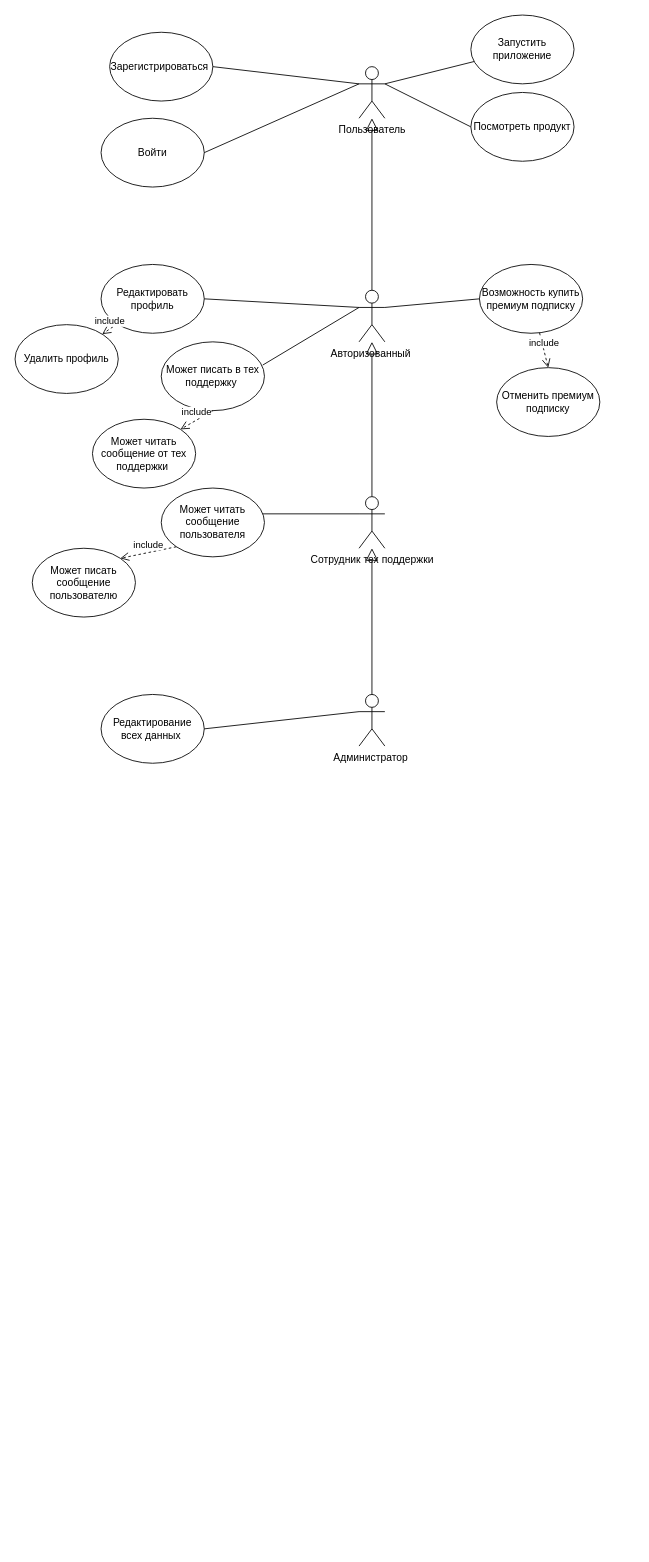
This is Use_case_scheme.drawio from LOL1322/channel_demo, a draw.io file, before an edit. Source tidied: cells renumbered, new cells numbered last; positions are measured from the earlier drawing's top-left corner, leaving out a move shared by most shapes. Both pictures are drawn from the tidied source at 86%, with x=0, y=0 at pixel (15, 15).
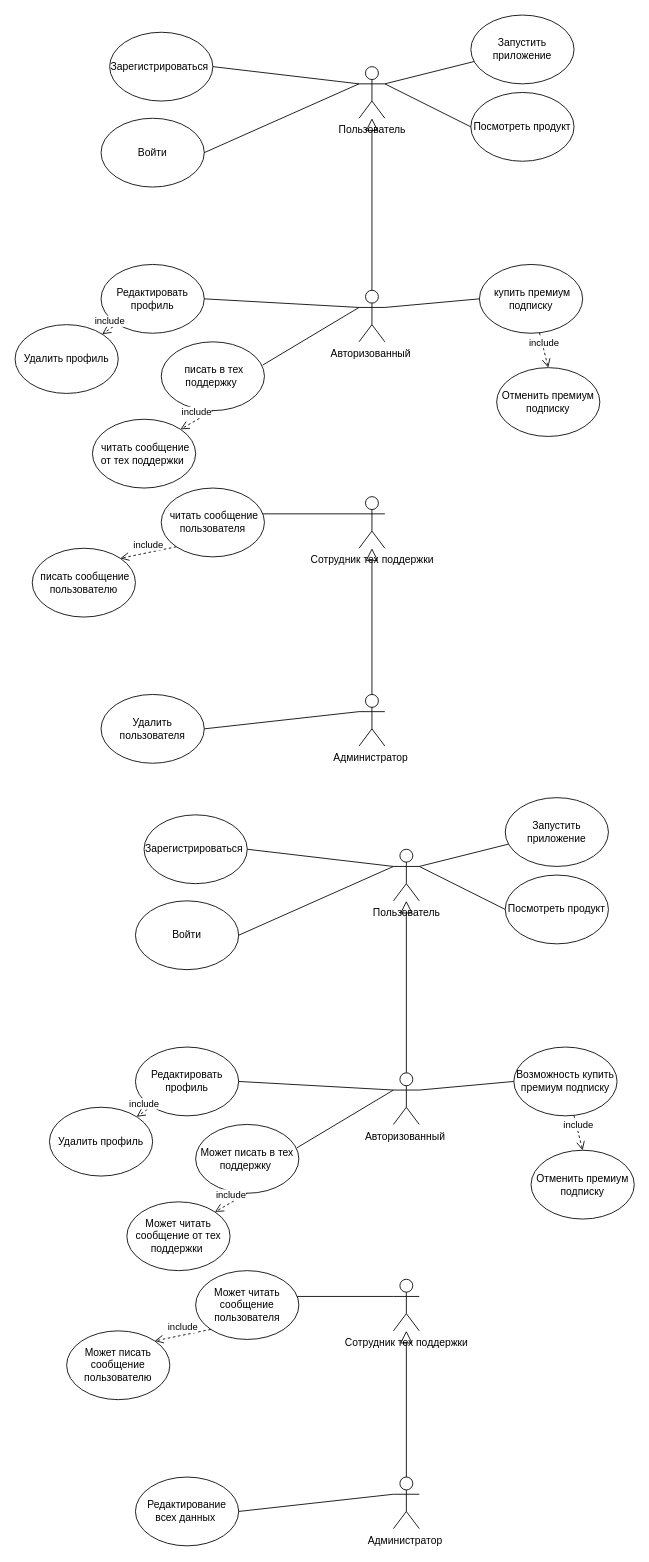
The same diagram, later.

The change refers to these unchanged cells:
```xml
<mxCell id="3" value="Авторизованный&amp;nbsp;&lt;br&gt;" style="shape=umlActor;verticalLabelPosition=bottom;verticalAlign=top;html=1;outlineConnect=0;" parent="1" vertex="1">
  <mxGeometry x="400" y="320" width="30" height="60" as="geometry" />
</mxCell>
<mxCell id="4" value="Сотрудник тех поддержки&lt;br&gt;&amp;nbsp;" style="shape=umlActor;verticalLabelPosition=bottom;verticalAlign=top;html=1;outlineConnect=0;" parent="1" vertex="1">
  <mxGeometry x="400" y="560" width="30" height="60" as="geometry" />
</mxCell>
```

The edit, as a diff of the source:
```diff
@@
-    <mxCell id="15" style="endArrow=block;dashed=0;endFill=0;endSize=12;html=1;rounded=0;exitX=0.5;exitY=0;exitDx=0;exitDy=0;exitPerimeter=0;" parent="1" edge="1" source="4" target="3">
-      <mxGeometry relative="1" as="geometry" />
-    </mxCell>
@@
-    <mxCell id="20" value="Возможность купить премиум подписку" style="ellipse;whiteSpace=wrap;html=1;" parent="1" vertex="1">
+    <mxCell id="20" value="&amp;nbsp;купить премиум подписку" style="ellipse;whiteSpace=wrap;html=1;" parent="1" vertex="1">
       <mxGeometry x="540" y="290" width="120" height="80" as="geometry" />
     </mxCell>
@@
-    <mxCell id="25" value="Может читать сообщение от тех поддержки&amp;nbsp;" style="ellipse;whiteSpace=wrap;html=1;" parent="1" vertex="1">
+    <mxCell id="25" value="&amp;nbsp;читать сообщение от тех поддержки&amp;nbsp;" style="ellipse;whiteSpace=wrap;html=1;" parent="1" vertex="1">
       <mxGeometry x="90" y="470" width="120" height="80" as="geometry" />
     </mxCell>
-    <mxCell id="26" value="Может писать в тех поддержку&amp;nbsp;" style="ellipse;whiteSpace=wrap;html=1;" parent="1" vertex="1">
+    <mxCell id="26" value="&amp;nbsp;писать в тех поддержку&amp;nbsp;" style="ellipse;whiteSpace=wrap;html=1;" parent="1" vertex="1">
       <mxGeometry x="170" y="380" width="120" height="80" as="geometry" />
     </mxCell>
@@
-    <mxCell id="29" value="Может писать сообщение пользователю" style="ellipse;whiteSpace=wrap;html=1;" parent="1" vertex="1">
+    <mxCell id="29" value="&amp;nbsp;писать сообщение пользователю" style="ellipse;whiteSpace=wrap;html=1;" parent="1" vertex="1">
       <mxGeometry x="20" y="620" width="120" height="80" as="geometry" />
     </mxCell>
-    <mxCell id="30" value="Может читать сообщение пользователя" style="ellipse;whiteSpace=wrap;html=1;" parent="1" vertex="1">
+    <mxCell id="30" value="&amp;nbsp;читать сообщение пользователя" style="ellipse;whiteSpace=wrap;html=1;" parent="1" vertex="1">
       <mxGeometry x="170" y="550" width="120" height="80" as="geometry" />
     </mxCell>
@@
-    <mxCell id="33" value="Редактирование всех данных&amp;nbsp;" style="ellipse;whiteSpace=wrap;html=1;" parent="1" vertex="1">
+    <mxCell id="33" value="Удалить пользователя" style="ellipse;whiteSpace=wrap;html=1;" parent="1" vertex="1">
       <mxGeometry x="100" y="790" width="120" height="80" as="geometry" />
     </mxCell>
@@
+    <mxCell id="35" value="Пользователь" style="shape=umlActor;verticalLabelPosition=bottom;verticalAlign=top;html=1;outlineConnect=0;" parent="1" vertex="1">
+      <mxGeometry x="440" y="970" width="30" height="60" as="geometry" />
+    </mxCell>
+    <mxCell id="36" value="Авторизованный&amp;nbsp;&lt;br&gt;" style="shape=umlActor;verticalLabelPosition=bottom;verticalAlign=top;html=1;outlineConnect=0;" parent="1" vertex="1">
+      <mxGeometry x="440" y="1230" width="30" height="60" as="geometry" />
+    </mxCell>
+    <mxCell id="37" value="Сотрудник тех поддержки&lt;br&gt;&amp;nbsp;" style="shape=umlActor;verticalLabelPosition=bottom;verticalAlign=top;html=1;outlineConnect=0;" parent="1" vertex="1">
+      <mxGeometry x="440" y="1470" width="30" height="60" as="geometry" />
+    </mxCell>
+    <mxCell id="38" value="Администратор&amp;nbsp;" style="shape=umlActor;verticalLabelPosition=bottom;verticalAlign=top;html=1;outlineConnect=0;" parent="1" vertex="1">
+      <mxGeometry x="440" y="1700" width="30" height="60" as="geometry" />
+    </mxCell>
+    <mxCell id="39" value="Зарегистрироваться&amp;nbsp;" style="ellipse;whiteSpace=wrap;html=1;" parent="1" vertex="1">
+      <mxGeometry x="150" y="930" width="120" height="80" as="geometry" />
+    </mxCell>
+    <mxCell id="40" value="Войти" style="ellipse;whiteSpace=wrap;html=1;" parent="1" vertex="1">
+      <mxGeometry x="140" y="1030" width="120" height="80" as="geometry" />
+    </mxCell>
+    <mxCell id="41" style="endArrow=none;html=1;rounded=0;entryX=0;entryY=0.5;entryDx=0;entryDy=0;exitX=1;exitY=0.3333333333333333;exitDx=0;exitDy=0;exitPerimeter=0;" parent="1" edge="1" source="35" target="46">
+      <mxGeometry relative="1" as="geometry" />
+    </mxCell>
+    <mxCell id="42" style="endArrow=none;html=1;rounded=0;exitX=1;exitY=0.3333333333333333;exitDx=0;exitDy=0;exitPerimeter=0;" parent="1" edge="1" source="35" target="45">
+      <mxGeometry relative="1" as="geometry" />
+    </mxCell>
+    <mxCell id="43" style="endArrow=none;html=1;rounded=0;entryX=0;entryY=0.3333333333333333;entryDx=0;entryDy=0;entryPerimeter=0;exitX=1;exitY=0.5;exitDx=0;exitDy=0;" parent="1" edge="1" source="39" target="35">
+      <mxGeometry relative="1" as="geometry" />
+    </mxCell>
+    <mxCell id="44" style="endArrow=none;html=1;rounded=0;exitX=1;exitY=0.5;exitDx=0;exitDy=0;" parent="1" edge="1" source="40">
+      <mxGeometry relative="1" as="geometry">
+        <mxPoint x="440" y="990" as="targetPoint" />
+      </mxGeometry>
+    </mxCell>
+    <mxCell id="45" value="Запустить приложение" style="ellipse;whiteSpace=wrap;html=1;" parent="1" vertex="1">
+      <mxGeometry x="570" y="910" width="120" height="80" as="geometry" />
+    </mxCell>
+    <mxCell id="46" value="Посмотреть продукт" style="ellipse;whiteSpace=wrap;html=1;" parent="1" vertex="1">
+      <mxGeometry x="570" y="1000" width="120" height="80" as="geometry" />
+    </mxCell>
+    <mxCell id="47" style="endArrow=block;dashed=0;endFill=0;endSize=12;html=1;rounded=0;exitX=0.5;exitY=0;exitDx=0;exitDy=0;exitPerimeter=0;" parent="1" edge="1" source="36" target="35">
+      <mxGeometry relative="1" as="geometry" />
+    </mxCell>
+    <mxCell id="48" value="Редактировать профиль" style="ellipse;whiteSpace=wrap;html=1;" parent="1" vertex="1">
+      <mxGeometry x="140" y="1200" width="120" height="80" as="geometry" />
+    </mxCell>
+    <mxCell id="49" style="endArrow=none;html=1;rounded=0;entryX=0;entryY=0.3333333333333333;entryDx=0;entryDy=0;entryPerimeter=0;exitX=1;exitY=0.5;exitDx=0;exitDy=0;" parent="1" edge="1" source="48" target="36">
+      <mxGeometry relative="1" as="geometry" />
+    </mxCell>
+    <mxCell id="50" value="Удалить профиль" style="ellipse;whiteSpace=wrap;html=1;" parent="1" vertex="1">
+      <mxGeometry x="40" y="1270" width="120" height="80" as="geometry" />
+    </mxCell>
+    <mxCell id="51" value="include" style="html=1;verticalAlign=bottom;endArrow=open;dashed=1;endSize=8;curved=0;rounded=0;" parent="1" edge="1" source="48" target="50">
+      <mxGeometry relative="1" as="geometry" />
+    </mxCell>
+    <mxCell id="52" value="Возможность купить премиум подписку" style="ellipse;whiteSpace=wrap;html=1;" parent="1" vertex="1">
+      <mxGeometry x="580" y="1200" width="120" height="80" as="geometry" />
+    </mxCell>
+    <mxCell id="53" style="endArrow=none;html=1;rounded=0;entryX=0;entryY=0.5;entryDx=0;entryDy=0;exitX=1;exitY=0.3333333333333333;exitDx=0;exitDy=0;exitPerimeter=0;" parent="1" edge="1" source="36" target="52">
+      <mxGeometry relative="1" as="geometry" />
+    </mxCell>
+    <mxCell id="54" value="Отменить премиум подписку" style="ellipse;whiteSpace=wrap;html=1;" parent="1" vertex="1">
+      <mxGeometry x="600" y="1320" width="120" height="80" as="geometry" />
+    </mxCell>
+    <mxCell id="55" value="include" style="html=1;verticalAlign=bottom;endArrow=open;dashed=1;endSize=8;curved=0;rounded=0;entryX=0.5;entryY=0;entryDx=0;entryDy=0;" parent="1" edge="1" source="52" target="54">
+      <mxGeometry relative="1" as="geometry" />
+    </mxCell>
+    <mxCell id="56" style="endArrow=block;dashed=0;endFill=0;endSize=12;html=1;rounded=0;exitX=0.5;exitY=0;exitDx=0;exitDy=0;exitPerimeter=0;" parent="1" edge="1" source="38" target="37">
+      <mxGeometry relative="1" as="geometry" />
+    </mxCell>
+    <mxCell id="57" value="Может читать сообщение от тех поддержки&amp;nbsp;" style="ellipse;whiteSpace=wrap;html=1;" parent="1" vertex="1">
+      <mxGeometry x="130" y="1380" width="120" height="80" as="geometry" />
+    </mxCell>
+    <mxCell id="58" value="Может писать в тех поддержку&amp;nbsp;" style="ellipse;whiteSpace=wrap;html=1;" parent="1" vertex="1">
+      <mxGeometry x="210" y="1290" width="120" height="80" as="geometry" />
+    </mxCell>
+    <mxCell id="59" style="endArrow=none;html=1;rounded=0;exitX=0.983;exitY=0.338;exitDx=0;exitDy=0;exitPerimeter=0;entryX=0;entryY=0.3333333333333333;entryDx=0;entryDy=0;entryPerimeter=0;" parent="1" edge="1" source="58" target="36">
+      <mxGeometry relative="1" as="geometry" />
+    </mxCell>
+    <mxCell id="60" value="include" style="html=1;verticalAlign=bottom;endArrow=open;dashed=1;endSize=8;curved=0;rounded=0;exitX=0.5;exitY=1;exitDx=0;exitDy=0;entryX=1;entryY=0;entryDx=0;entryDy=0;" parent="1" edge="1" source="58" target="57">
+      <mxGeometry relative="1" as="geometry" />
+    </mxCell>
+    <mxCell id="61" value="Может писать сообщение пользователю" style="ellipse;whiteSpace=wrap;html=1;" parent="1" vertex="1">
+      <mxGeometry x="60" y="1530" width="120" height="80" as="geometry" />
+    </mxCell>
+    <mxCell id="62" value="Может читать сообщение пользователя" style="ellipse;whiteSpace=wrap;html=1;" parent="1" vertex="1">
+      <mxGeometry x="210" y="1460" width="120" height="80" as="geometry" />
+    </mxCell>
+    <mxCell id="63" style="endArrow=none;html=1;rounded=0;exitX=0.983;exitY=0.375;exitDx=0;exitDy=0;exitPerimeter=0;entryX=0;entryY=0.3333333333333333;entryDx=0;entryDy=0;entryPerimeter=0;" parent="1" edge="1" source="62" target="37">
+      <mxGeometry relative="1" as="geometry" />
+    </mxCell>
+    <mxCell id="64" value="include" style="html=1;verticalAlign=bottom;endArrow=open;dashed=1;endSize=8;curved=0;rounded=0;exitX=0;exitY=1;exitDx=0;exitDy=0;entryX=1;entryY=0;entryDx=0;entryDy=0;" parent="1" edge="1" source="62" target="61">
+      <mxGeometry relative="1" as="geometry" />
+    </mxCell>
+    <mxCell id="65" value="Редактирование всех данных&amp;nbsp;" style="ellipse;whiteSpace=wrap;html=1;" parent="1" vertex="1">
+      <mxGeometry x="140" y="1700" width="120" height="80" as="geometry" />
+    </mxCell>
+    <mxCell id="66" style="endArrow=none;html=1;rounded=0;entryX=0;entryY=0.3333333333333333;entryDx=0;entryDy=0;entryPerimeter=0;exitX=1;exitY=0.5;exitDx=0;exitDy=0;" parent="1" edge="1" source="65" target="38">
+      <mxGeometry relative="1" as="geometry" />
+    </mxCell>
```
